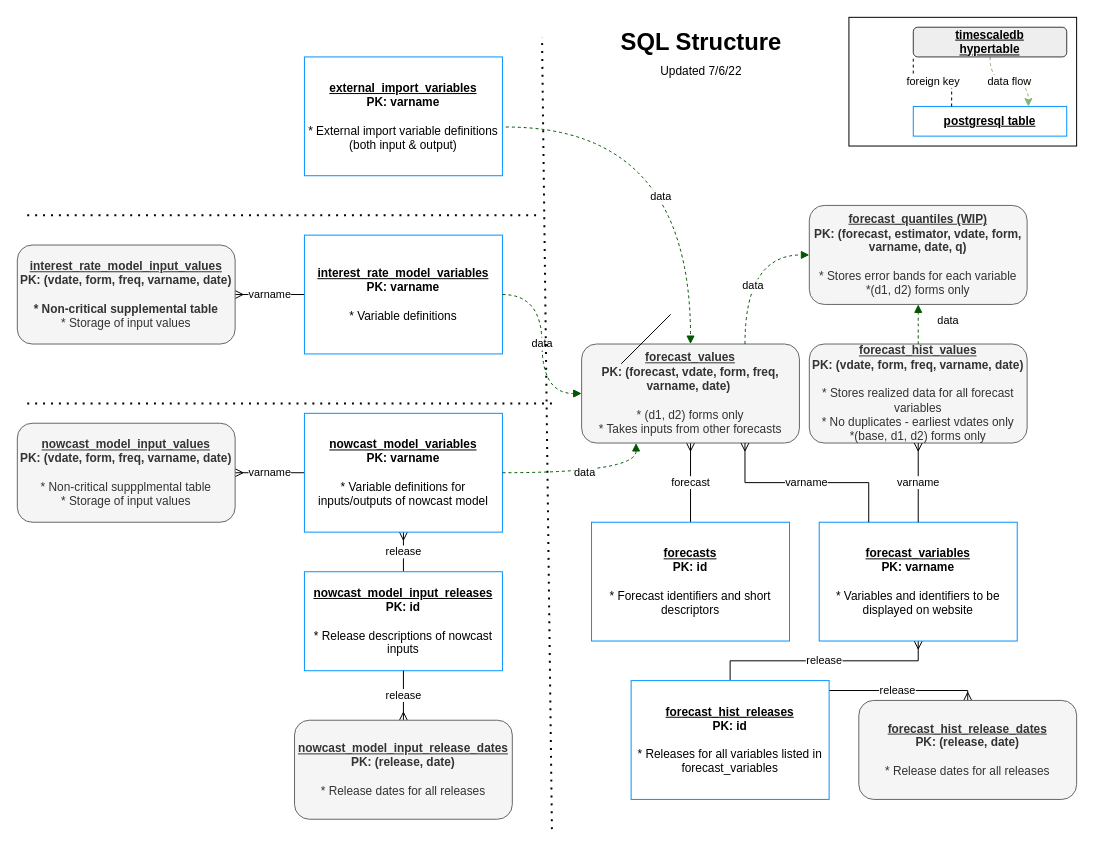
bongohead/econforecasting-r keeps this draw.io diagram as page "sql-structure" (1 of 4) of docs/diagram.drawio. Above is the earlier version. Source tidied: cells renumbered, new cells numbered last; positions are measured from the earlier drawing's top-left corner, leaving out a move shared by most shapes. Both pictures are drawn from the tidied source at 99%, with x=0, y=0 at pixel (17, 17).
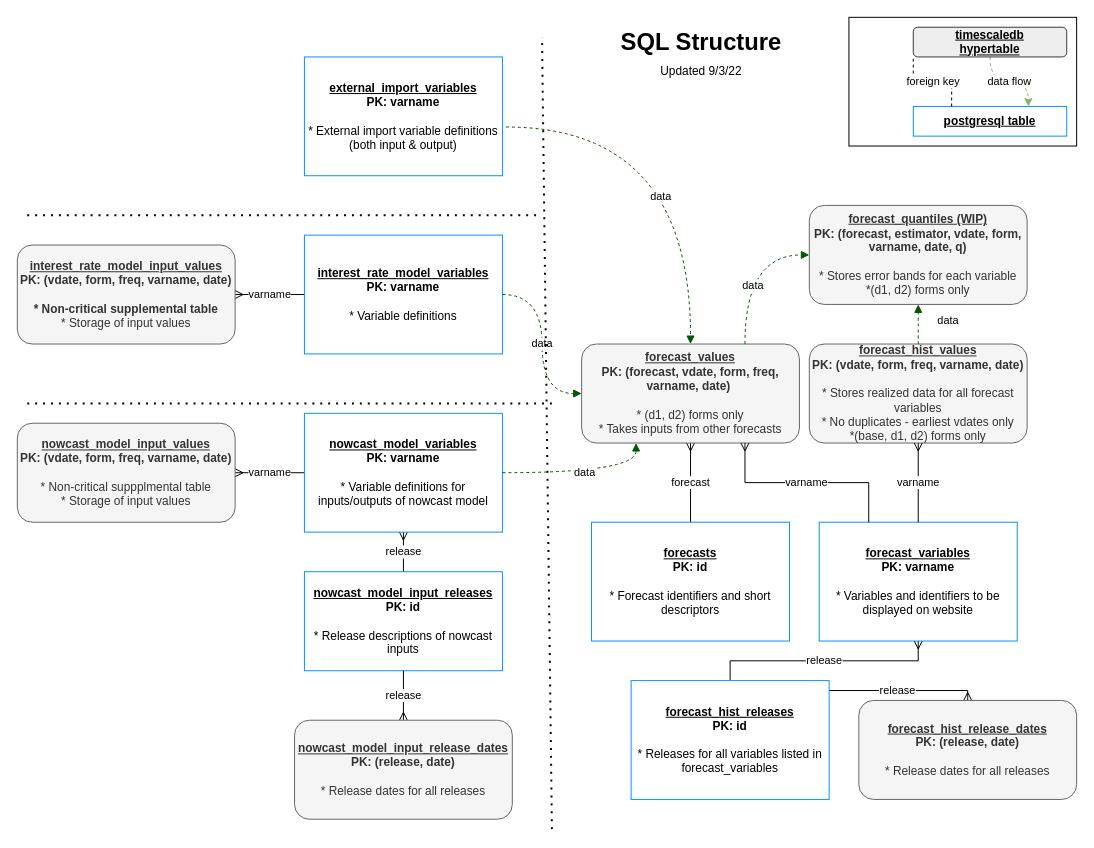
The same page after the edit.

The edit, as a diff of the source:
```diff
@@
-    <mxCell id="36" value="Updated 7/6/22" style="text;html=1;strokeColor=none;fillColor=none;align=center;verticalAlign=middle;whiteSpace=wrap;rounded=0;fontSize=12;" parent="1" vertex="1">
+    <mxCell id="36" value="Updated 9/3/22" style="text;html=1;strokeColor=none;fillColor=none;align=center;verticalAlign=middle;whiteSpace=wrap;rounded=0;fontSize=12;" parent="1" vertex="1">
       <mxGeometry x="631" y="40" width="120" height="30" as="geometry" />
     </mxCell>
@@
-    <mxCell id="40" style="endArrow=none;html=1;rounded=0;" parent="1" edge="1">
-      <mxGeometry relative="1" as="geometry">
-        <mxPoint x="610" y="350" as="sourcePoint" />
-        <mxPoint x="660" y="300" as="targetPoint" />
-      </mxGeometry>
-    </mxCell>
```
